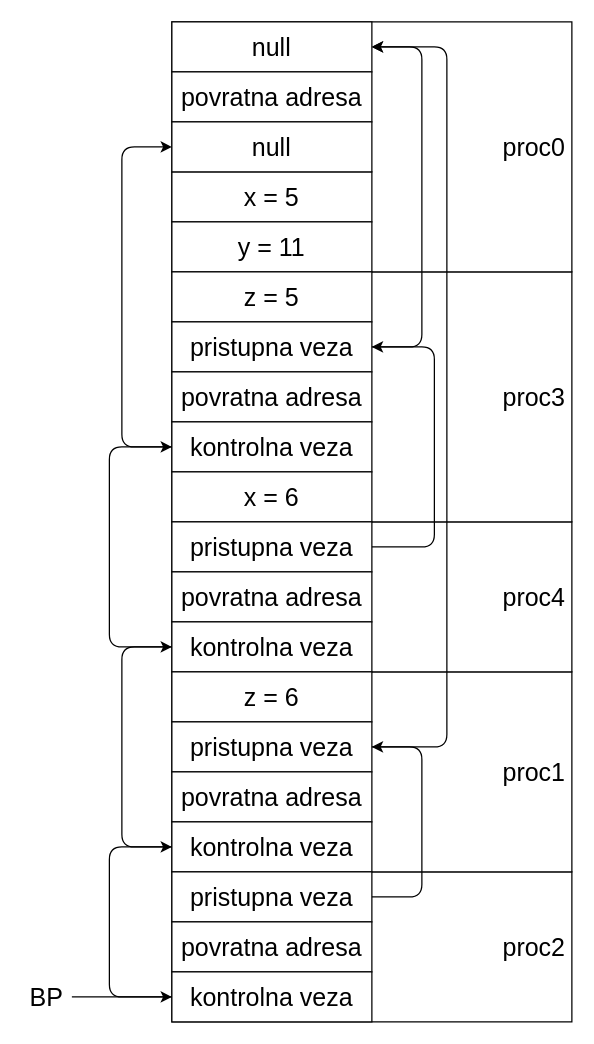
Earlier version of the draw.io diagram PP/PPR januar 2020 zadatak 5.drawio (KockaAdmiralac/ETF). Source tidied: cells renumbered, new cells numbered last; positions are measured from the earlier drawing's top-left corner, leaving out a move shared by most shapes. Both pictures are drawn from the tidied source at 125%, with x=0, y=0 at pixel (21, 21).
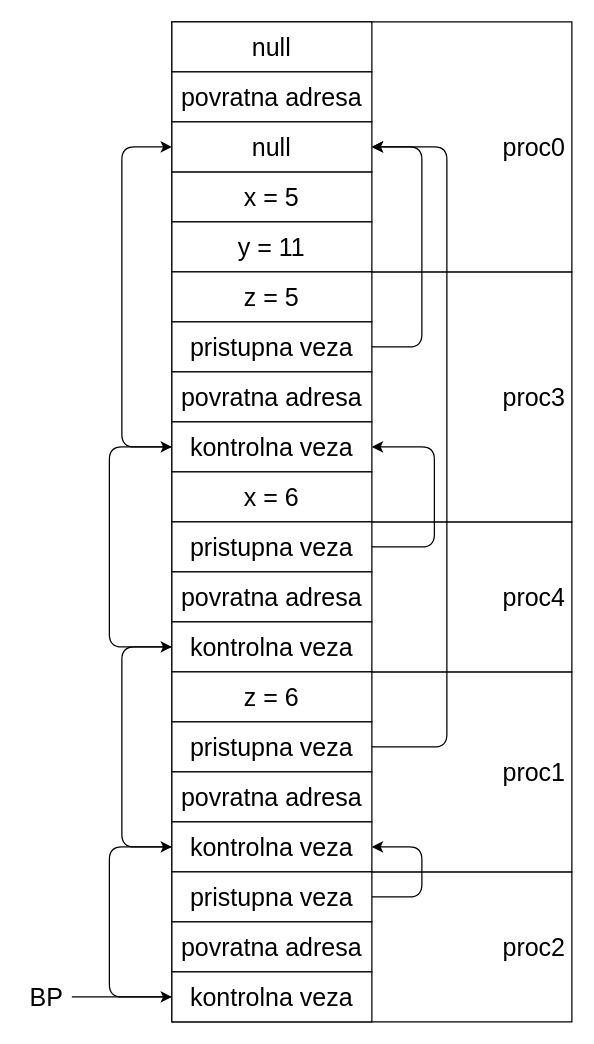
The same diagram, later.

Commit message (it also covers changes not shown here):
PPR: Diagram fixes.

The change refers to these unchanged cells:
```xml
<mxCell id="9" value="&lt;span style=&quot;font-size: 20px&quot;&gt;null&lt;/span&gt;" style="rounded=0;whiteSpace=wrap;html=1;" parent="1" vertex="1">
  <mxGeometry x="120" width="160" height="40" as="geometry" />
</mxCell>
<mxCell id="11" value="&lt;span style=&quot;font-size: 20px&quot;&gt;null&lt;/span&gt;" style="rounded=0;whiteSpace=wrap;html=1;" parent="1" vertex="1">
  <mxGeometry x="120" y="80" width="160" height="40" as="geometry" />
</mxCell>
<mxCell id="13" value="&lt;font style=&quot;font-size: 20px&quot;&gt;pristupna veza&lt;/font&gt;" style="rounded=0;whiteSpace=wrap;html=1;" parent="1" vertex="1">
  <mxGeometry x="120" y="240" width="160" height="40" as="geometry" />
</mxCell>
<mxCell id="15" value="&lt;span style=&quot;font-size: 20px&quot;&gt;kontrolna veza&lt;/span&gt;" style="rounded=0;whiteSpace=wrap;html=1;" parent="1" vertex="1">
  <mxGeometry x="120" y="320" width="160" height="40" as="geometry" />
</mxCell>
<mxCell id="21" value="&lt;font style=&quot;font-size: 20px&quot;&gt;pristupna veza&lt;/font&gt;" style="rounded=0;whiteSpace=wrap;html=1;" parent="1" vertex="1">
  <mxGeometry x="120" y="400" width="160" height="40" as="geometry" />
</mxCell>
<mxCell id="28" value="&lt;font style=&quot;font-size: 20px&quot;&gt;pristupna veza&lt;/font&gt;" style="rounded=0;whiteSpace=wrap;html=1;" parent="1" vertex="1">
  <mxGeometry x="120" y="560" width="160" height="40" as="geometry" />
</mxCell>
<mxCell id="30" value="&lt;span style=&quot;font-size: 20px&quot;&gt;kontrolna veza&lt;/span&gt;" style="rounded=0;whiteSpace=wrap;html=1;" parent="1" vertex="1">
  <mxGeometry x="120" y="640" width="160" height="40" as="geometry" />
</mxCell>
<mxCell id="33" value="&lt;font style=&quot;font-size: 20px&quot;&gt;pristupna veza&lt;/font&gt;" style="rounded=0;whiteSpace=wrap;html=1;" parent="1" vertex="1">
  <mxGeometry x="120" y="680" width="160" height="40" as="geometry" />
</mxCell>
```

The edit, as a diff of the source:
```diff
@@
-    <mxCell id="16" style="endArrow=classic;html=1;fontSize=20;exitX=1;exitY=0.5;exitDx=0;exitDy=0;entryX=1;entryY=0.5;entryDx=0;entryDy=0;" parent="1" edge="1" source="13" target="9">
+    <mxCell id="16" style="endArrow=classic;html=1;fontSize=20;exitX=1;exitY=0.5;exitDx=0;exitDy=0;entryX=1;entryY=0.5;entryDx=0;entryDy=0;" parent="1" edge="1" source="13" target="11">
       <mxGeometry relative="1" as="geometry">
         <Array as="points">
           <mxPoint x="320" y="260" />
-          <mxPoint x="320" y="20" />
+          <mxPoint x="320" y="100" />
         </Array>
       </mxGeometry>
     </mxCell>
@@
-    <mxCell id="24" style="endArrow=classic;html=1;fontSize=20;exitX=1;exitY=0.5;exitDx=0;exitDy=0;entryX=1;entryY=0.5;entryDx=0;entryDy=0;" parent="1" edge="1" source="21" target="13">
+    <mxCell id="24" style="endArrow=classic;html=1;fontSize=20;exitX=1;exitY=0.5;exitDx=0;exitDy=0;entryX=1;entryY=0.5;entryDx=0;entryDy=0;" parent="1" edge="1" source="21" target="15">
       <mxGeometry relative="1" as="geometry">
         <Array as="points">
           <mxPoint x="330" y="420" />
-          <mxPoint x="330" y="260" />
+          <mxPoint x="330" y="340" />
         </Array>
       </mxGeometry>
     </mxCell>
@@
-    <mxCell id="31" style="endArrow=classic;html=1;fontSize=20;exitX=1;exitY=0.5;exitDx=0;exitDy=0;entryX=1;entryY=0.5;entryDx=0;entryDy=0;" parent="1" edge="1" source="28" target="9">
+    <mxCell id="31" style="endArrow=classic;html=1;fontSize=20;exitX=1;exitY=0.5;exitDx=0;exitDy=0;entryX=1;entryY=0.5;entryDx=0;entryDy=0;" parent="1" edge="1" source="28" target="11">
       <mxGeometry relative="1" as="geometry">
         <Array as="points">
           <mxPoint x="340" y="580" />
-          <mxPoint x="340" y="20" />
+          <mxPoint x="340" y="100" />
         </Array>
       </mxGeometry>
     </mxCell>
@@
-    <mxCell id="38" style="endArrow=classic;html=1;fontSize=20;exitX=1;exitY=0.5;exitDx=0;exitDy=0;" parent="1" edge="1" source="33">
+    <mxCell id="38" style="endArrow=classic;html=1;fontSize=20;exitX=1;exitY=0.5;exitDx=0;exitDy=0;entryX=1;entryY=0.5;entryDx=0;entryDy=0;" parent="1" edge="1" source="33" target="30">
       <mxGeometry relative="1" as="geometry">
-        <mxPoint x="280" y="580" as="targetPoint" />
         <Array as="points">
           <mxPoint x="320" y="700" />
-          <mxPoint x="320" y="580" />
+          <mxPoint x="320" y="660" />
         </Array>
       </mxGeometry>
     </mxCell>
```
